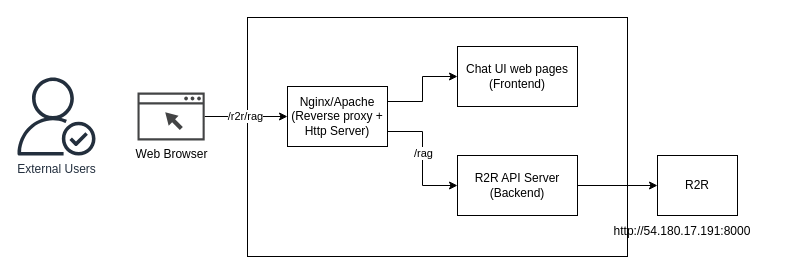
yaohuiwu/SimpleFS keeps this draw.io diagram as page "Demo implementation" (6 of 6) of Help Center Buddy.drawio. Above is the earlier version. Source tidied: cells renumbered, new cells numbered last; positions are measured from the earlier drawing's top-left corner, leaving out a move shared by most shapes. Both pictures are drawn from the tidied source at 100%, with x=0, y=0 at pixel (17, 17).
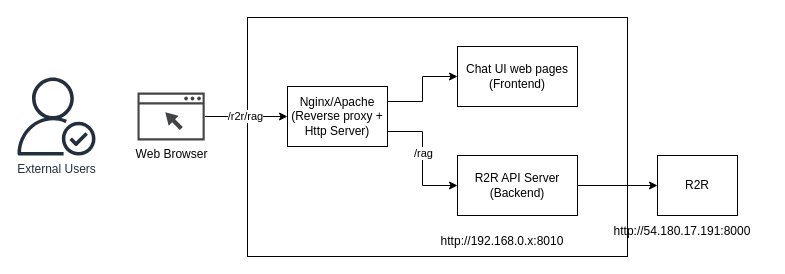
The same diagram, later.

Change to the diagram source:
```diff
@@
 <mxGraphModel>
   <root>
     <mxCell id="0" />
     <mxCell id="1" parent="0" />
     <mxCell id="2" style="rounded=0;whiteSpace=wrap;html=1;" parent="1" vertex="1">
       <mxGeometry x="230" width="380" height="239" as="geometry" />
     </mxCell>
     <mxCell id="3" style="edgeStyle=orthogonalEdgeStyle;rounded=0;jettySize=auto;html=1;exitX=1;exitY=0.25;exitDx=0;exitDy=0;" parent="1" edge="1" source="6" target="10">
       <mxGeometry relative="1" as="geometry" />
     </mxCell>
     <mxCell id="4" style="edgeStyle=orthogonalEdgeStyle;rounded=0;jettySize=auto;html=1;exitX=1;exitY=0.75;exitDx=0;exitDy=0;entryX=0;entryY=0.5;entryDx=0;entryDy=0;" parent="1" edge="1" source="6" target="9">
       <mxGeometry relative="1" as="geometry" />
     </mxCell>
     <mxCell id="5" value="/rag" style="edgeLabel;html=1;align=center;verticalAlign=middle;" parent="4" vertex="1">
       <mxGeometry x="-0.1" relative="1" as="geometry" />
     </mxCell>
     <mxCell id="6" value="Nginx/Apache&lt;div&gt;(Reverse proxy + Http Server)&lt;/div&gt;" style="rounded=0;whiteSpace=wrap;html=1;" parent="1" vertex="1">
       <mxGeometry x="270" y="69" width="100" height="60" as="geometry" />
     </mxCell>
     <mxCell id="7" value="External Users" style="sketch=0;fontColor=#232F3E;gradientColor=none;fillColor=#232F3D;strokeColor=none;dashed=0;verticalLabelPosition=bottom;verticalAlign=top;align=center;html=1;fontSize=12;fontStyle=0;shape=mxgraph.aws4.authenticated_user;" parent="1" vertex="1">
       <mxGeometry y="60" width="78" height="78" as="geometry" />
     </mxCell>
     <mxCell id="8" style="edgeStyle=orthogonalEdgeStyle;rounded=0;jettySize=auto;html=1;exitX=1;exitY=0.5;exitDx=0;exitDy=0;entryX=0;entryY=0.5;entryDx=0;entryDy=0;" parent="1" edge="1" source="9" target="13">
       <mxGeometry relative="1" as="geometry" />
     </mxCell>
     <mxCell id="9" value="R2R API Server&lt;div&gt;(Backend)&lt;/div&gt;" style="rounded=0;whiteSpace=wrap;html=1;" parent="1" vertex="1">
       <mxGeometry x="440" y="138" width="120" height="60" as="geometry" />
     </mxCell>
     <mxCell id="10" value="Chat UI web pages&lt;div&gt;(Frontend)&lt;/div&gt;" style="rounded=0;whiteSpace=wrap;html=1;" parent="1" vertex="1">
       <mxGeometry x="440" y="29" width="120" height="60" as="geometry" />
     </mxCell>
     <mxCell id="11" value="/r2r/rag" style="edgeStyle=orthogonalEdgeStyle;rounded=0;jettySize=auto;html=1;" parent="1" edge="1" source="12" target="6">
       <mxGeometry relative="1" as="geometry" />
     </mxCell>
     <mxCell id="12" value="Web Browser" style="sketch=0;shadow=0;dashed=0;html=1;strokeColor=none;fillColor=#434445;labelPosition=center;verticalLabelPosition=bottom;verticalAlign=top;align=center;outlineConnect=0;shape=mxgraph.vvd.web_browser;" parent="1" vertex="1">
       <mxGeometry x="120" y="75.1" width="67.2" height="47.8" as="geometry" />
     </mxCell>
     <mxCell id="13" value="R2R" style="rounded=0;whiteSpace=wrap;html=1;" parent="1" vertex="1">
       <mxGeometry x="640" y="138" width="80" height="60" as="geometry" />
     </mxCell>
     <mxCell id="14" value="http://54.180.17.191:8000" style="text;html=1;align=center;verticalAlign=middle;whiteSpace=wrap;rounded=0;" parent="1" vertex="1">
       <mxGeometry x="580" y="199" width="170" height="30" as="geometry" />
     </mxCell>
+    <mxCell id="15" value="http://192.168.0.x:8010" style="text;html=1;align=center;verticalAlign=middle;whiteSpace=wrap;rounded=0;" parent="1" vertex="1">
+      <mxGeometry x="400" y="209" width="170" height="30" as="geometry" />
+    </mxCell>
   </root>
 </mxGraphModel>
```
